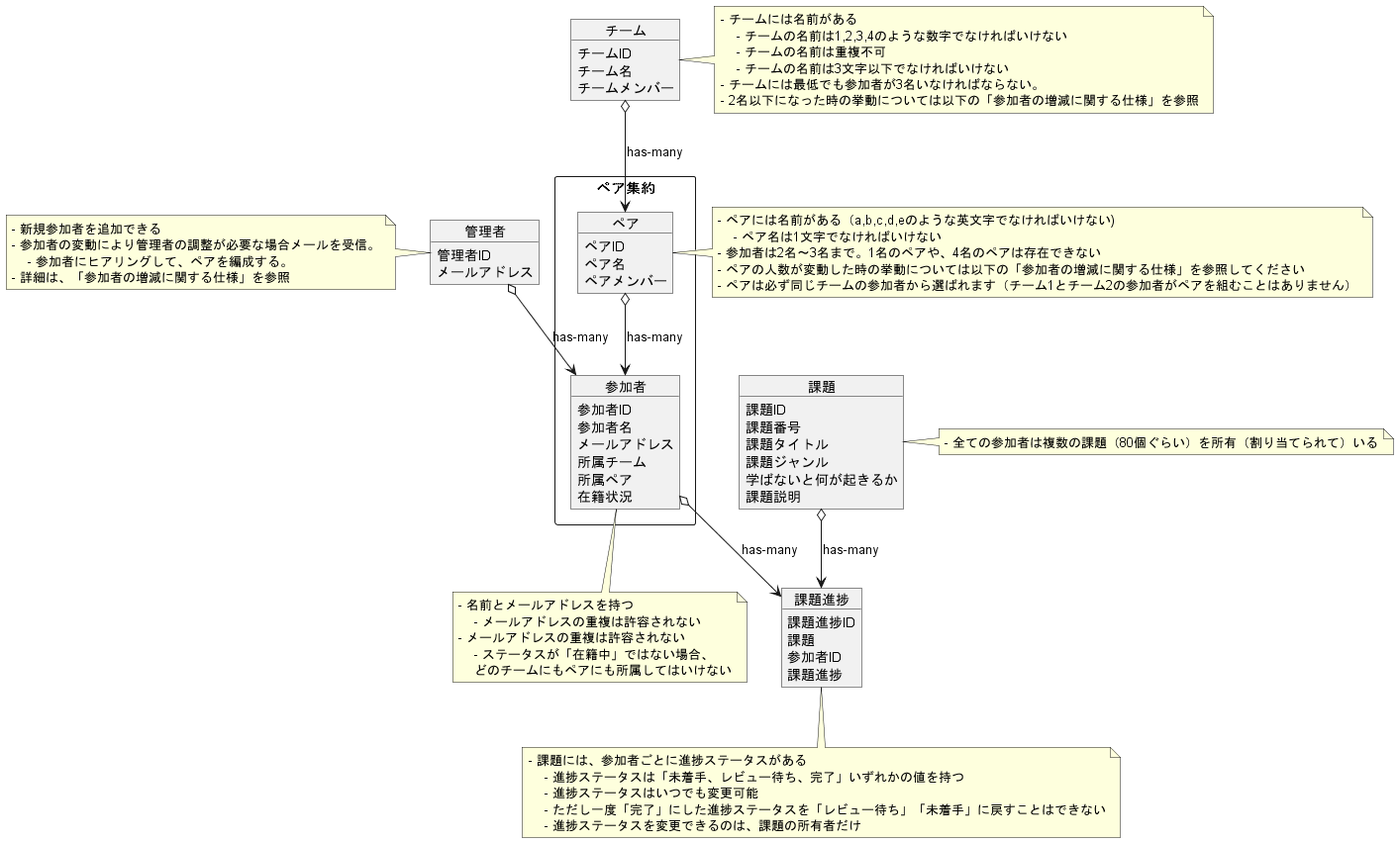
praha-inc/praha-challenge-7 keeps this PlantUML diagram as 95IG7y3HHX7yl4/03_設計/04_特大課題：プラハチャレンジをDDDで実装してみる/ドメインモデル図/domain.png. Above is the earlier version.
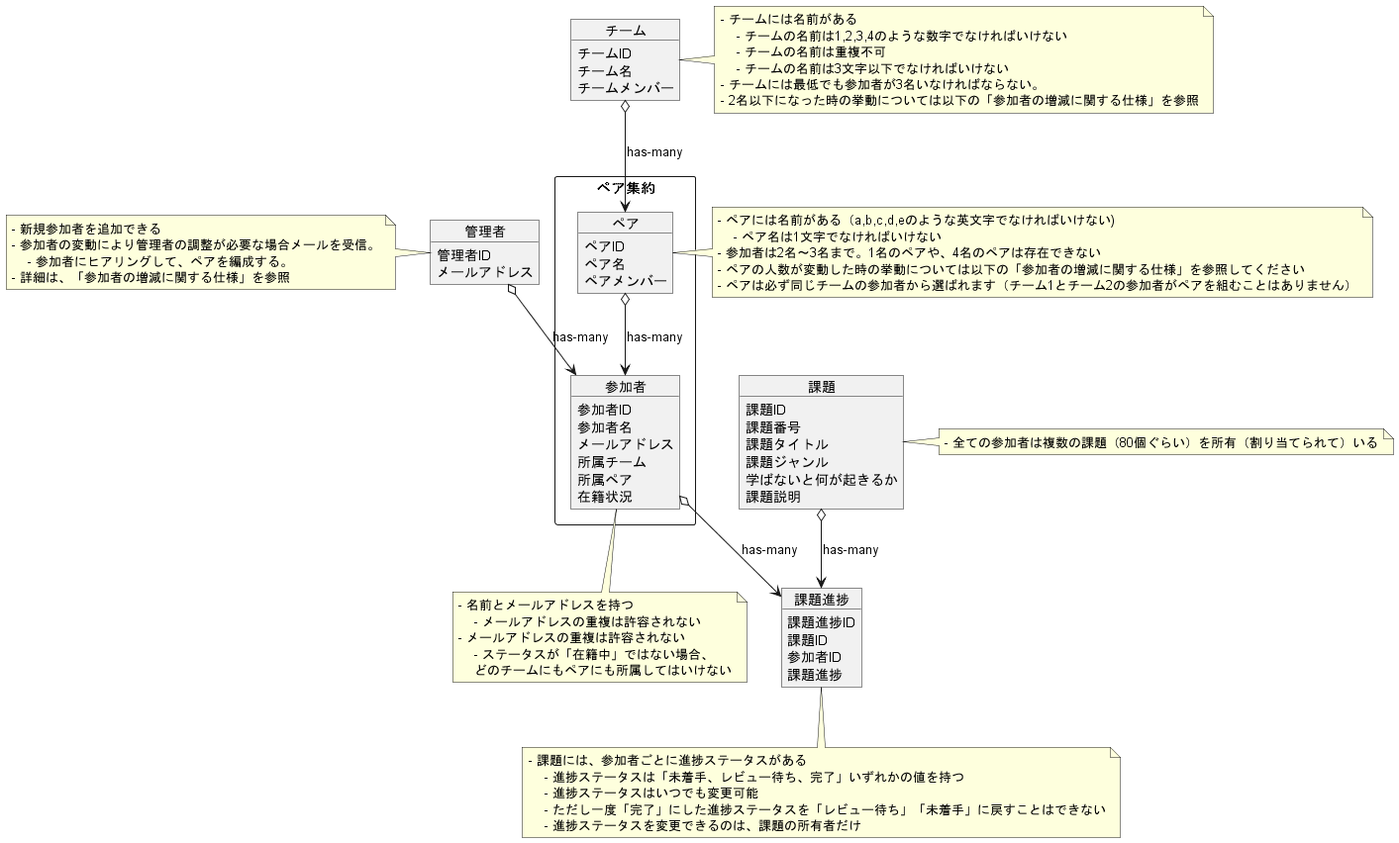
After the commit.

The edit, as a diff of the source:
```diff
@@ -27,7 +27,7 @@
 
 object 課題進捗 {
     課題進捗ID
-    課題
+    課題ID
     参加者ID
     課題進捗
 }
```
